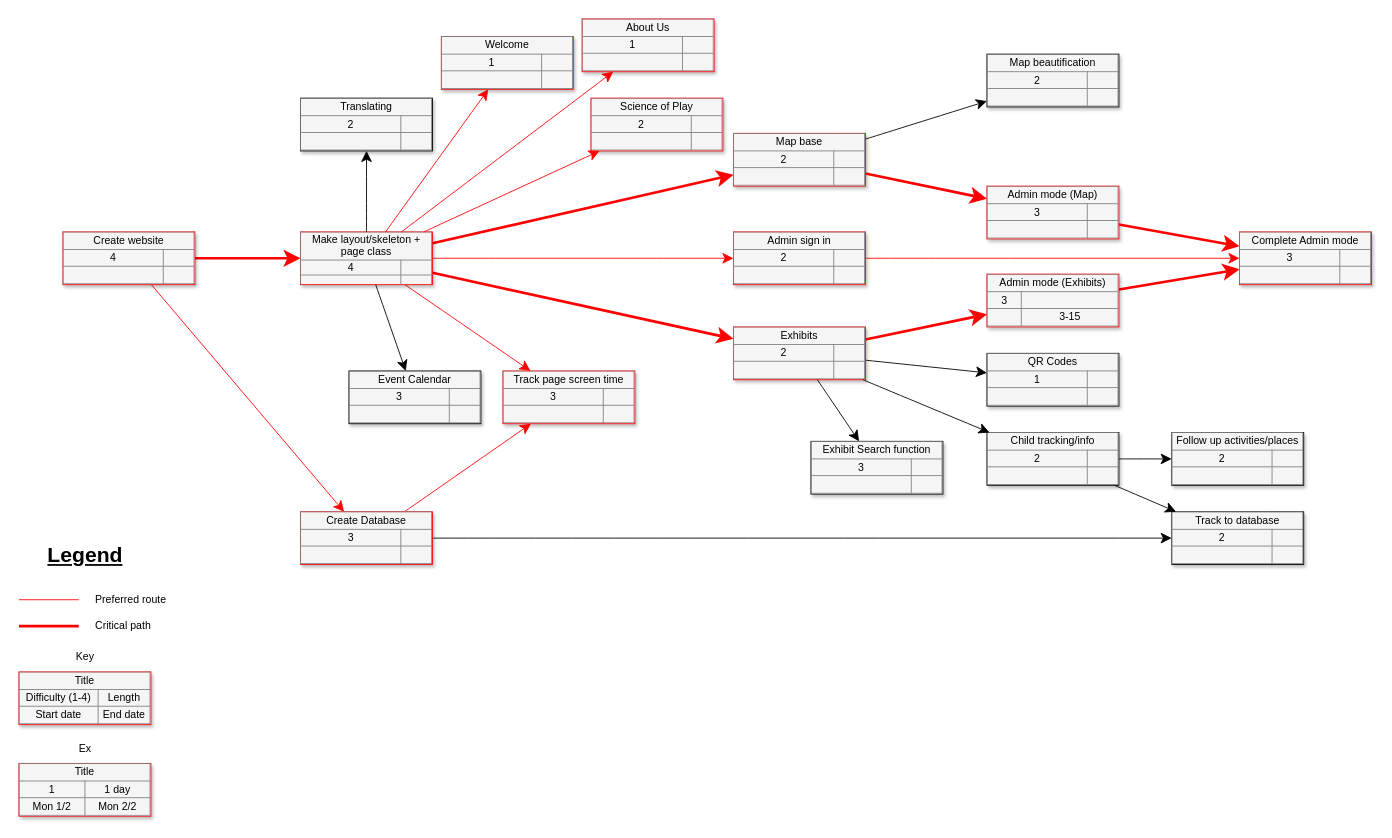
The draw.io diagram PERT.drawio in LiamBroderick/Group-G-CSC-230, before the edit. Source tidied: cells renumbered, new cells numbered last; positions are measured from the earlier drawing's top-left corner, leaving out a move shared by most shapes. Both pictures are drawn from the tidied source at 88%, with x=0, y=0 at pixel (18, 18).
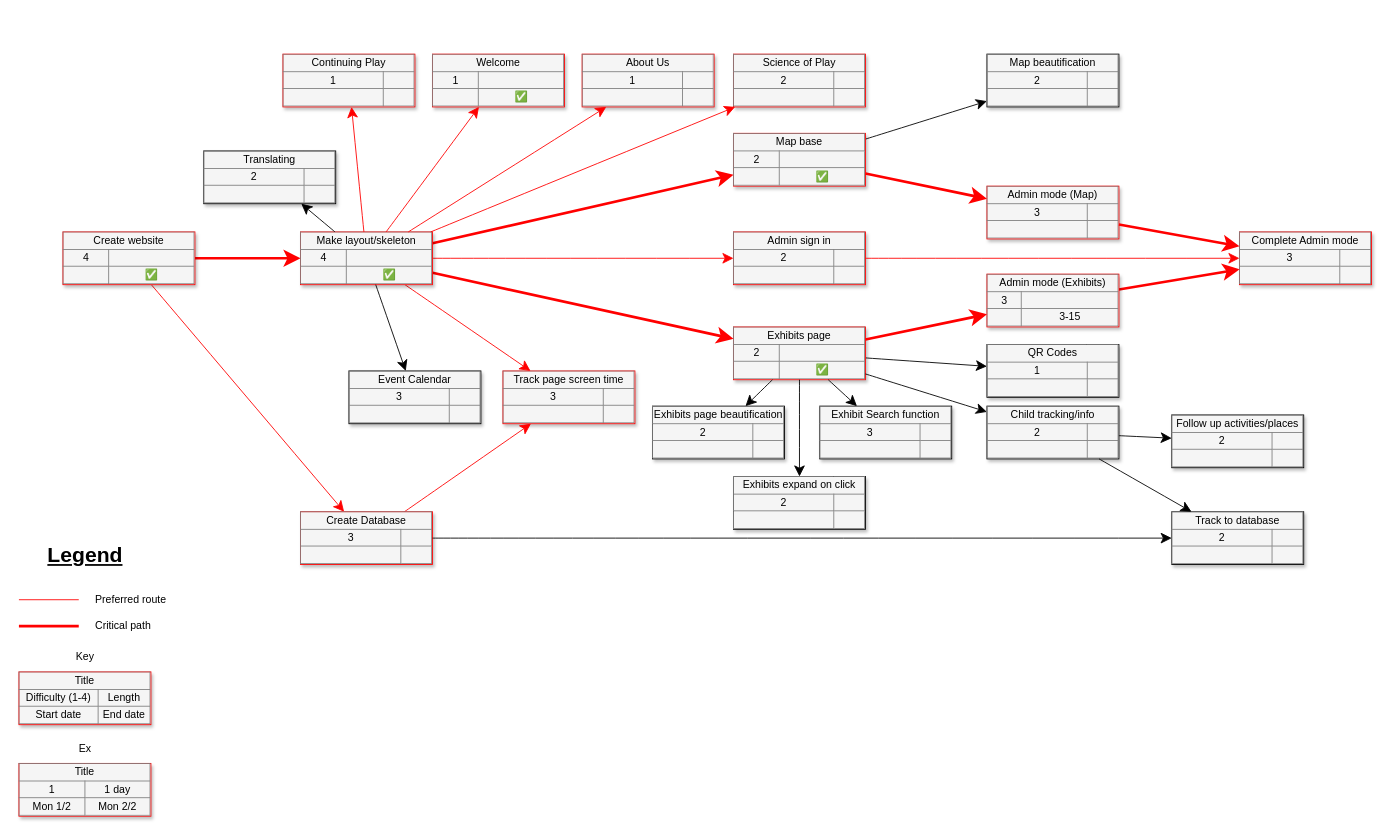
The same diagram, later.

Change to the diagram source:
```diff
@@
-    <mxCell id="5" value="&lt;table border=&quot;1&quot; width=&quot;100%&quot; style=&quot;width: 100% ; height: 100% ; border-collapse: collapse&quot;&gt;&lt;tbody&gt;&lt;tr&gt;&lt;td colspan=&quot;2&quot; align=&quot;center&quot;&gt;&lt;font style=&quot;font-size: 12px;&quot;&gt;Create website&lt;/font&gt;&lt;/td&gt;&lt;/tr&gt;&lt;tr&gt;&lt;td align=&quot;center&quot;&gt;4&lt;/td&gt;&lt;td align=&quot;center&quot;&gt;&lt;br&gt;&lt;/td&gt;&lt;/tr&gt;&lt;tr&gt;&lt;td align=&quot;center&quot;&gt;&lt;br&gt;&lt;/td&gt;&lt;td align=&quot;center&quot;&gt;&lt;br&gt;&lt;/td&gt;&lt;/tr&gt;&lt;/tbody&gt;&lt;/table&gt;" style="text;html=1;strokeColor=#FF0000;fillColor=#f5f5f5;overflow=fill;rounded=0;shadow=1;fontSize=12;align=center;" parent="1" vertex="1">
+    <mxCell id="5" value="&lt;table border=&quot;1&quot; width=&quot;100%&quot; style=&quot;width: 100% ; height: 100% ; border-collapse: collapse&quot;&gt;&lt;tbody&gt;&lt;tr&gt;&lt;td colspan=&quot;2&quot; align=&quot;center&quot;&gt;&lt;font style=&quot;font-size: 12px;&quot;&gt;Create website&lt;/font&gt;&lt;/td&gt;&lt;/tr&gt;&lt;tr&gt;&lt;td align=&quot;center&quot;&gt;4&lt;/td&gt;&lt;td align=&quot;center&quot;&gt;&lt;br&gt;&lt;/td&gt;&lt;/tr&gt;&lt;tr&gt;&lt;td align=&quot;center&quot;&gt;&amp;nbsp;&lt;/td&gt;&lt;td align=&quot;center&quot;&gt;✅&lt;/td&gt;&lt;/tr&gt;&lt;/tbody&gt;&lt;/table&gt;" style="text;html=1;strokeColor=#FF0000;fillColor=#f5f5f5;overflow=fill;rounded=0;shadow=1;fontSize=12;align=center;" parent="1" vertex="1">
       <mxGeometry x="50" y="242" width="150" height="60" as="geometry" />
     </mxCell>
@@
-    <mxCell id="12" value="&lt;table border=&quot;1&quot; width=&quot;100%&quot; style=&quot;width: 100% ; height: 100% ; border-collapse: collapse&quot;&gt;&lt;tbody&gt;&lt;tr&gt;&lt;td colspan=&quot;2&quot; align=&quot;center&quot;&gt;Exhibits&lt;/td&gt;&lt;/tr&gt;&lt;tr&gt;&lt;td align=&quot;center&quot;&gt;2&lt;/td&gt;&lt;td align=&quot;center&quot;&gt;&lt;/td&gt;&lt;/tr&gt;&lt;tr&gt;&lt;td align=&quot;center&quot;&gt;&lt;/td&gt;&lt;td align=&quot;center&quot;&gt;&lt;br&gt;&lt;/td&gt;&lt;/tr&gt;&lt;/tbody&gt;&lt;/table&gt;" style="text;html=1;strokeColor=#FF0000;fillColor=#f5f5f5;overflow=fill;rounded=0;shadow=1;fontSize=12;align=center;" parent="1" vertex="1">
+    <mxCell id="12" value="&lt;table border=&quot;1&quot; width=&quot;100%&quot; style=&quot;width: 100% ; height: 100% ; border-collapse: collapse&quot;&gt;&lt;tbody&gt;&lt;tr&gt;&lt;td colspan=&quot;2&quot; align=&quot;center&quot;&gt;Exhibits page&lt;/td&gt;&lt;/tr&gt;&lt;tr&gt;&lt;td align=&quot;center&quot;&gt;2&lt;/td&gt;&lt;td align=&quot;center&quot;&gt;&lt;/td&gt;&lt;/tr&gt;&lt;tr&gt;&lt;td align=&quot;center&quot;&gt;&lt;/td&gt;&lt;td align=&quot;center&quot;&gt;✅&lt;br&gt;&lt;/td&gt;&lt;/tr&gt;&lt;/tbody&gt;&lt;/table&gt;" style="text;html=1;strokeColor=#FF0000;fillColor=#f5f5f5;overflow=fill;rounded=0;shadow=1;fontSize=12;align=center;" parent="1" vertex="1">
       <mxGeometry x="812" y="350" width="150" height="60" as="geometry" />
     </mxCell>
@@
-    <mxCell id="17" value="&lt;table border=&quot;1&quot; width=&quot;100%&quot; style=&quot;width: 100% ; height: 100% ; border-collapse: collapse&quot;&gt;&lt;tbody&gt;&lt;tr&gt;&lt;td colspan=&quot;2&quot; align=&quot;center&quot;&gt;Make layout/skeleton +&lt;br&gt;page class&lt;/td&gt;&lt;/tr&gt;&lt;tr&gt;&lt;td align=&quot;center&quot;&gt;4&lt;/td&gt;&lt;td align=&quot;center&quot;&gt;&lt;br&gt;&lt;/td&gt;&lt;/tr&gt;&lt;tr&gt;&lt;td align=&quot;center&quot;&gt;&lt;/td&gt;&lt;td align=&quot;center&quot;&gt;&lt;br&gt;&lt;/td&gt;&lt;/tr&gt;&lt;/tbody&gt;&lt;/table&gt;" style="text;html=1;strokeColor=#FF0000;fillColor=#f5f5f5;overflow=fill;rounded=0;shadow=1;fontSize=12;align=center;" parent="1" vertex="1">
+    <mxCell id="17" value="&lt;table border=&quot;1&quot; width=&quot;100%&quot; style=&quot;width: 100% ; height: 100% ; border-collapse: collapse&quot;&gt;&lt;tbody&gt;&lt;tr&gt;&lt;td colspan=&quot;2&quot; align=&quot;center&quot;&gt;Make layout/skeleton&lt;/td&gt;&lt;/tr&gt;&lt;tr&gt;&lt;td align=&quot;center&quot;&gt;4&lt;/td&gt;&lt;td align=&quot;center&quot;&gt;&lt;br&gt;&lt;/td&gt;&lt;/tr&gt;&lt;tr&gt;&lt;td align=&quot;center&quot;&gt;&lt;/td&gt;&lt;td align=&quot;center&quot;&gt;✅&lt;br&gt;&lt;/td&gt;&lt;/tr&gt;&lt;/tbody&gt;&lt;/table&gt;" style="text;html=1;strokeColor=#FF0000;fillColor=#f5f5f5;overflow=fill;rounded=0;shadow=1;fontSize=12;align=center;" parent="1" vertex="1">
       <mxGeometry x="320" y="242" width="150" height="60" as="geometry" />
     </mxCell>
@@
-    <mxCell id="21" value="&lt;table border=&quot;1&quot; width=&quot;100%&quot; style=&quot;width: 100% ; height: 100% ; border-collapse: collapse&quot;&gt;&lt;tbody&gt;&lt;tr&gt;&lt;td colspan=&quot;2&quot; align=&quot;center&quot;&gt;Map base&lt;/td&gt;&lt;/tr&gt;&lt;tr&gt;&lt;td align=&quot;center&quot;&gt;2&lt;/td&gt;&lt;td align=&quot;center&quot;&gt;&lt;/td&gt;&lt;/tr&gt;&lt;tr&gt;&lt;td align=&quot;center&quot;&gt;&lt;/td&gt;&lt;td align=&quot;center&quot;&gt;&lt;br&gt;&lt;/td&gt;&lt;/tr&gt;&lt;/tbody&gt;&lt;/table&gt;" style="text;html=1;strokeColor=#FF0000;fillColor=#f5f5f5;overflow=fill;rounded=0;shadow=1;fontSize=12;align=center;" parent="1" vertex="1">
+    <mxCell id="21" value="&lt;table border=&quot;1&quot; width=&quot;100%&quot; style=&quot;width: 100% ; height: 100% ; border-collapse: collapse&quot;&gt;&lt;tbody&gt;&lt;tr&gt;&lt;td colspan=&quot;2&quot; align=&quot;center&quot;&gt;Map base&lt;/td&gt;&lt;/tr&gt;&lt;tr&gt;&lt;td align=&quot;center&quot;&gt;2&lt;/td&gt;&lt;td align=&quot;center&quot;&gt;&lt;/td&gt;&lt;/tr&gt;&lt;tr&gt;&lt;td align=&quot;center&quot;&gt;&lt;/td&gt;&lt;td align=&quot;center&quot;&gt;✅&lt;br&gt;&lt;/td&gt;&lt;/tr&gt;&lt;/tbody&gt;&lt;/table&gt;" style="text;html=1;strokeColor=#FF0000;fillColor=#f5f5f5;overflow=fill;rounded=0;shadow=1;fontSize=12;align=center;" parent="1" vertex="1">
       <mxGeometry x="812" y="130" width="150" height="60" as="geometry" />
     </mxCell>
@@
     <mxCell id="26" value="&lt;table border=&quot;1&quot; width=&quot;100%&quot; style=&quot;width: 100% ; height: 100% ; border-collapse: collapse&quot;&gt;&lt;tbody&gt;&lt;tr&gt;&lt;td colspan=&quot;2&quot; align=&quot;center&quot;&gt;QR Codes&lt;/td&gt;&lt;/tr&gt;&lt;tr&gt;&lt;td align=&quot;center&quot;&gt;1&lt;/td&gt;&lt;td align=&quot;center&quot;&gt;&lt;br&gt;&lt;/td&gt;&lt;/tr&gt;&lt;tr&gt;&lt;td align=&quot;center&quot;&gt;&lt;/td&gt;&lt;td align=&quot;center&quot;&gt;&lt;br&gt;&lt;/td&gt;&lt;/tr&gt;&lt;/tbody&gt;&lt;/table&gt;" style="text;html=1;strokeColor=#000000;fillColor=#f5f5f5;overflow=fill;rounded=0;shadow=1;fontSize=12;align=center;" parent="1" vertex="1">
-      <mxGeometry x="1100" y="380" width="150" height="60" as="geometry" />
+      <mxGeometry x="1100" y="370" width="150" height="60" as="geometry" />
     </mxCell>
@@
     <mxCell id="31" value="&lt;table border=&quot;1&quot; width=&quot;100%&quot; style=&quot;width: 100% ; height: 100% ; border-collapse: collapse&quot;&gt;&lt;tbody&gt;&lt;tr&gt;&lt;td colspan=&quot;2&quot; align=&quot;center&quot;&gt;Child tracking/info&lt;/td&gt;&lt;/tr&gt;&lt;tr&gt;&lt;td align=&quot;center&quot;&gt;2&lt;/td&gt;&lt;td align=&quot;center&quot;&gt;&lt;br&gt;&lt;/td&gt;&lt;/tr&gt;&lt;tr&gt;&lt;td align=&quot;center&quot;&gt;&lt;/td&gt;&lt;td align=&quot;center&quot;&gt;&lt;br&gt;&lt;/td&gt;&lt;/tr&gt;&lt;/tbody&gt;&lt;/table&gt;" style="text;html=1;strokeColor=#000000;fillColor=#f5f5f5;overflow=fill;rounded=0;shadow=1;fontSize=12;align=center;" parent="1" vertex="1">
-      <mxGeometry x="1100" y="470" width="150" height="60" as="geometry" />
+      <mxGeometry x="1100" y="440" width="150" height="60" as="geometry" />
     </mxCell>
@@
     <mxCell id="33" value="&lt;table border=&quot;1&quot; width=&quot;100%&quot; style=&quot;width: 100% ; height: 100% ; border-collapse: collapse&quot;&gt;&lt;tbody&gt;&lt;tr&gt;&lt;td colspan=&quot;2&quot; align=&quot;center&quot;&gt;Follow up activities/places&lt;/td&gt;&lt;/tr&gt;&lt;tr&gt;&lt;td align=&quot;center&quot;&gt;2&lt;/td&gt;&lt;td align=&quot;center&quot;&gt;&lt;br&gt;&lt;/td&gt;&lt;/tr&gt;&lt;tr&gt;&lt;td align=&quot;center&quot;&gt;&lt;/td&gt;&lt;td align=&quot;center&quot;&gt;&lt;br&gt;&lt;/td&gt;&lt;/tr&gt;&lt;/tbody&gt;&lt;/table&gt;" style="text;html=1;strokeColor=#000000;fillColor=#f5f5f5;overflow=fill;rounded=0;shadow=1;fontSize=12;align=center;" parent="1" vertex="1">
-      <mxGeometry x="1310" y="470" width="150" height="60" as="geometry" />
+      <mxGeometry x="1310" y="450" width="150" height="60" as="geometry" />
     </mxCell>
@@
-    <mxCell id="42" value="&lt;table border=&quot;1&quot; width=&quot;100%&quot; style=&quot;width: 100% ; height: 100% ; border-collapse: collapse&quot;&gt;&lt;tbody&gt;&lt;tr&gt;&lt;td colspan=&quot;2&quot; align=&quot;center&quot;&gt;Welcome&lt;/td&gt;&lt;/tr&gt;&lt;tr&gt;&lt;td align=&quot;center&quot;&gt;1&lt;/td&gt;&lt;td align=&quot;center&quot;&gt;&lt;/td&gt;&lt;/tr&gt;&lt;tr&gt;&lt;td align=&quot;center&quot;&gt;&lt;/td&gt;&lt;td align=&quot;center&quot;&gt;&lt;br&gt;&lt;/td&gt;&lt;/tr&gt;&lt;/tbody&gt;&lt;/table&gt;" style="text;html=1;strokeColor=#FF0000;fillColor=#f5f5f5;overflow=fill;rounded=0;shadow=1;fontSize=12;align=center;" parent="1" vertex="1">
-      <mxGeometry x="480" y="20" width="150" height="60" as="geometry" />
+    <mxCell id="42" value="&lt;table border=&quot;1&quot; width=&quot;100%&quot; style=&quot;width: 100% ; height: 100% ; border-collapse: collapse&quot;&gt;&lt;tbody&gt;&lt;tr&gt;&lt;td colspan=&quot;2&quot; align=&quot;center&quot;&gt;Welcome&lt;/td&gt;&lt;/tr&gt;&lt;tr&gt;&lt;td align=&quot;center&quot;&gt;1&lt;/td&gt;&lt;td align=&quot;center&quot;&gt;&lt;/td&gt;&lt;/tr&gt;&lt;tr&gt;&lt;td align=&quot;center&quot;&gt;&lt;/td&gt;&lt;td align=&quot;center&quot;&gt;✅&lt;br&gt;&lt;/td&gt;&lt;/tr&gt;&lt;/tbody&gt;&lt;/table&gt;" style="text;html=1;strokeColor=#FF0000;fillColor=#f5f5f5;overflow=fill;rounded=0;shadow=1;fontSize=12;align=center;" parent="1" vertex="1">
+      <mxGeometry x="470" y="40" width="150" height="60" as="geometry" />
     </mxCell>
     <mxCell id="43" value="&lt;table border=&quot;1&quot; width=&quot;100%&quot; style=&quot;width: 100% ; height: 100% ; border-collapse: collapse&quot;&gt;&lt;tbody&gt;&lt;tr&gt;&lt;td colspan=&quot;2&quot; align=&quot;center&quot;&gt;About Us&lt;/td&gt;&lt;/tr&gt;&lt;tr&gt;&lt;td align=&quot;center&quot;&gt;1&lt;/td&gt;&lt;td align=&quot;center&quot;&gt;&lt;/td&gt;&lt;/tr&gt;&lt;tr&gt;&lt;td align=&quot;center&quot;&gt;&lt;/td&gt;&lt;td align=&quot;center&quot;&gt;&lt;br&gt;&lt;/td&gt;&lt;/tr&gt;&lt;/tbody&gt;&lt;/table&gt;" style="text;html=1;strokeColor=#FF0000;fillColor=#f5f5f5;overflow=fill;rounded=0;shadow=1;fontSize=12;align=center;" parent="1" vertex="1">
-      <mxGeometry x="640" width="150" height="60" as="geometry" />
+      <mxGeometry x="640" y="40" width="150" height="60" as="geometry" />
     </mxCell>
     <mxCell id="44" value="&lt;table border=&quot;1&quot; width=&quot;100%&quot; style=&quot;width: 100% ; height: 100% ; border-collapse: collapse&quot;&gt;&lt;tbody&gt;&lt;tr&gt;&lt;td colspan=&quot;2&quot; align=&quot;center&quot;&gt;Science of Play&lt;/td&gt;&lt;/tr&gt;&lt;tr&gt;&lt;td align=&quot;center&quot;&gt;2&lt;/td&gt;&lt;td align=&quot;center&quot;&gt;&lt;/td&gt;&lt;/tr&gt;&lt;tr&gt;&lt;td align=&quot;center&quot;&gt;&lt;/td&gt;&lt;td align=&quot;center&quot;&gt;&lt;br&gt;&lt;/td&gt;&lt;/tr&gt;&lt;/tbody&gt;&lt;/table&gt;" style="text;html=1;strokeColor=#FF0000;fillColor=#f5f5f5;overflow=fill;rounded=0;shadow=1;fontSize=12;align=center;" parent="1" vertex="1">
-      <mxGeometry x="650" y="90" width="150" height="60" as="geometry" />
+      <mxGeometry x="812" y="40" width="150" height="60" as="geometry" />
     </mxCell>
@@
     <mxCell id="55" value="&lt;table border=&quot;1&quot; width=&quot;100%&quot; style=&quot;width: 100% ; height: 100% ; border-collapse: collapse&quot;&gt;&lt;tbody&gt;&lt;tr&gt;&lt;td colspan=&quot;2&quot; align=&quot;center&quot;&gt;Exhibit Search function&lt;/td&gt;&lt;/tr&gt;&lt;tr&gt;&lt;td align=&quot;center&quot;&gt;3&lt;/td&gt;&lt;td align=&quot;center&quot;&gt;&lt;/td&gt;&lt;/tr&gt;&lt;tr&gt;&lt;td align=&quot;center&quot;&gt;&lt;/td&gt;&lt;td align=&quot;center&quot;&gt;&lt;br&gt;&lt;/td&gt;&lt;/tr&gt;&lt;/tbody&gt;&lt;/table&gt;" style="text;html=1;strokeColor=#000000;fillColor=#f5f5f5;overflow=fill;rounded=0;shadow=1;fontSize=12;align=center;" parent="1" vertex="1">
-      <mxGeometry x="900" y="480" width="150" height="60" as="geometry" />
+      <mxGeometry x="910" y="440" width="150" height="60" as="geometry" />
     </mxCell>
@@
     <mxCell id="59" value="&lt;table border=&quot;1&quot; width=&quot;100%&quot; style=&quot;width: 100% ; height: 100% ; border-collapse: collapse&quot;&gt;&lt;tbody&gt;&lt;tr&gt;&lt;td colspan=&quot;2&quot; align=&quot;center&quot;&gt;Translating&lt;/td&gt;&lt;/tr&gt;&lt;tr&gt;&lt;td align=&quot;center&quot;&gt;2&lt;/td&gt;&lt;td align=&quot;center&quot;&gt;&lt;/td&gt;&lt;/tr&gt;&lt;tr&gt;&lt;td align=&quot;center&quot;&gt;&lt;/td&gt;&lt;td align=&quot;center&quot;&gt;&lt;br&gt;&lt;/td&gt;&lt;/tr&gt;&lt;/tbody&gt;&lt;/table&gt;" style="text;html=1;strokeColor=#000000;fillColor=#f5f5f5;overflow=fill;rounded=0;shadow=1;fontSize=12;align=center;" parent="1" vertex="1">
-      <mxGeometry x="320" y="90" width="150" height="60" as="geometry" />
+      <mxGeometry x="210" y="150" width="150" height="60" as="geometry" />
     </mxCell>
@@
+    <mxCell id="61" value="&lt;table border=&quot;1&quot; width=&quot;100%&quot; style=&quot;width: 100% ; height: 100% ; border-collapse: collapse&quot;&gt;&lt;tbody&gt;&lt;tr&gt;&lt;td colspan=&quot;2&quot; align=&quot;center&quot;&gt;Exhibits page beautification&lt;/td&gt;&lt;/tr&gt;&lt;tr&gt;&lt;td align=&quot;center&quot;&gt;2&lt;/td&gt;&lt;td align=&quot;center&quot;&gt;&lt;/td&gt;&lt;/tr&gt;&lt;tr&gt;&lt;td align=&quot;center&quot;&gt;&lt;/td&gt;&lt;td align=&quot;center&quot;&gt;&lt;br&gt;&lt;/td&gt;&lt;/tr&gt;&lt;/tbody&gt;&lt;/table&gt;" style="text;html=1;strokeColor=#000000;fillColor=#f5f5f5;overflow=fill;rounded=0;shadow=1;fontSize=12;align=center;" parent="1" vertex="1">
+      <mxGeometry x="720" y="440" width="150" height="60" as="geometry" />
+    </mxCell>
+    <mxCell id="62" style="edgeStyle=none;curved=1;html=1;startSize=10;endArrow=classic;endFill=1;endSize=10;strokeColor=#000000;strokeWidth=1;fontSize=12;" parent="1" edge="1" source="12" target="61">
+      <mxGeometry relative="1" as="geometry" />
+    </mxCell>
+    <mxCell id="63" value="&lt;table border=&quot;1&quot; width=&quot;100%&quot; style=&quot;width: 100% ; height: 100% ; border-collapse: collapse&quot;&gt;&lt;tbody&gt;&lt;tr&gt;&lt;td colspan=&quot;2&quot; align=&quot;center&quot;&gt;Exhibits expand on click&lt;/td&gt;&lt;/tr&gt;&lt;tr&gt;&lt;td align=&quot;center&quot;&gt;2&lt;/td&gt;&lt;td align=&quot;center&quot;&gt;&lt;/td&gt;&lt;/tr&gt;&lt;tr&gt;&lt;td align=&quot;center&quot;&gt;&lt;/td&gt;&lt;td align=&quot;center&quot;&gt;&lt;br&gt;&lt;/td&gt;&lt;/tr&gt;&lt;/tbody&gt;&lt;/table&gt;" style="text;html=1;strokeColor=#000000;fillColor=#f5f5f5;overflow=fill;rounded=0;shadow=1;fontSize=12;align=center;" parent="1" vertex="1">
+      <mxGeometry x="812" y="520" width="150" height="60" as="geometry" />
+    </mxCell>
+    <mxCell id="64" style="edgeStyle=none;curved=1;html=1;startSize=10;endArrow=classic;endFill=1;endSize=10;strokeColor=#000000;strokeWidth=1;fontSize=12;" parent="1" edge="1" source="12" target="63">
+      <mxGeometry relative="1" as="geometry" />
+    </mxCell>
+    <mxCell id="65" value="&lt;table border=&quot;1&quot; width=&quot;100%&quot; style=&quot;width: 100% ; height: 100% ; border-collapse: collapse&quot;&gt;&lt;tbody&gt;&lt;tr&gt;&lt;td colspan=&quot;2&quot; align=&quot;center&quot;&gt;Continuing Play&lt;/td&gt;&lt;/tr&gt;&lt;tr&gt;&lt;td align=&quot;center&quot;&gt;1&lt;/td&gt;&lt;td align=&quot;center&quot;&gt;&lt;/td&gt;&lt;/tr&gt;&lt;tr&gt;&lt;td align=&quot;center&quot;&gt;&lt;/td&gt;&lt;td align=&quot;center&quot;&gt;&lt;br&gt;&lt;/td&gt;&lt;/tr&gt;&lt;/tbody&gt;&lt;/table&gt;" style="text;html=1;strokeColor=#FF0000;fillColor=#f5f5f5;overflow=fill;rounded=0;shadow=1;fontSize=12;align=center;" parent="1" vertex="1">
+      <mxGeometry x="300" y="40" width="150" height="60" as="geometry" />
+    </mxCell>
+    <mxCell id="66" style="edgeStyle=none;curved=1;html=1;startSize=10;endArrow=classic;endFill=1;endSize=10;strokeColor=#FF0000;strokeWidth=1;fontSize=12;" parent="1" edge="1" source="17" target="65">
+      <mxGeometry relative="1" as="geometry" />
+    </mxCell>
```
